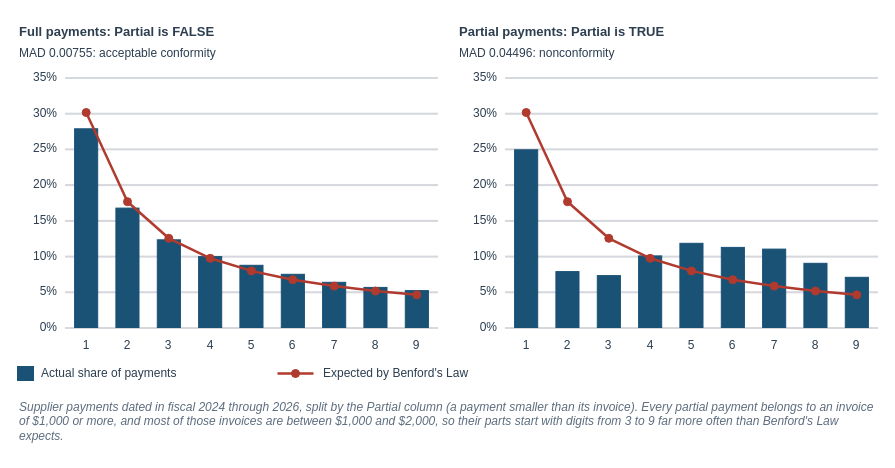
Before: visuals/src/fig-08-04-benford-by-payment-type.drawio in mmcodesso/Accounting_Analytics_Book, a draw.io diagram. Source tidied: cells renumbered, new cells numbered last; positions are measured from the earlier drawing's top-left corner, leaving out a move shared by most shapes. Both pictures are drawn from the tidied source at 100%, with x=0, y=0 at pixel (17, 17).
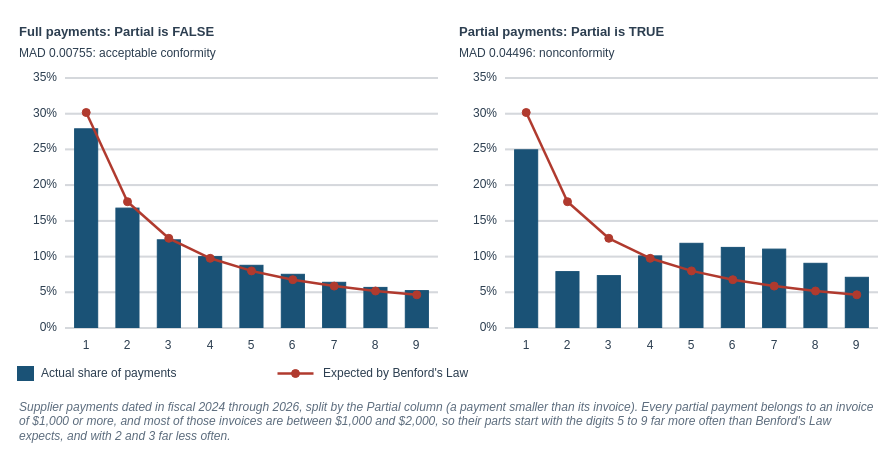
The same page after the edit.

Change to the diagram source:
```diff
@@
-    <mxCell id="114" value="&lt;i&gt;Supplier payments dated in fiscal 2024 through 2026, split by the Partial column (a payment smaller than its invoice). Every partial payment belongs to an invoice of $1,000 or more, and most of those invoices are between $1,000 and $2,000, so their parts start with digits from 3 to 9 far more often than Benford's Law expects.&lt;/i&gt;" style="text;html=1;whiteSpace=wrap;align=left;verticalAlign=top;fontSize=12;fontColor=#5D6D7E;fontStyle=0;fontFamily=Helvetica;spacing=2;fillColor=none;strokeColor=none;" parent="1" vertex="1">
+    <mxCell id="114" value="&lt;i&gt;Supplier payments dated in fiscal 2024 through 2026, split by the Partial column (a payment smaller than its invoice). Every partial payment belongs to an invoice of $1,000 or more, and most of those invoices are between $1,000 and $2,000, so their parts start with the digits 5 to 9 far more often than Benford's Law expects, and with 2 and 3 far less often.&lt;/i&gt;" style="text;html=1;whiteSpace=wrap;align=left;verticalAlign=top;fontSize=12;fontColor=#5D6D7E;fontStyle=0;fontFamily=Helvetica;spacing=2;fillColor=none;strokeColor=none;" parent="1" vertex="1">
       <mxGeometry y="376" width="860" height="56" as="geometry" />
     </mxCell>
```
